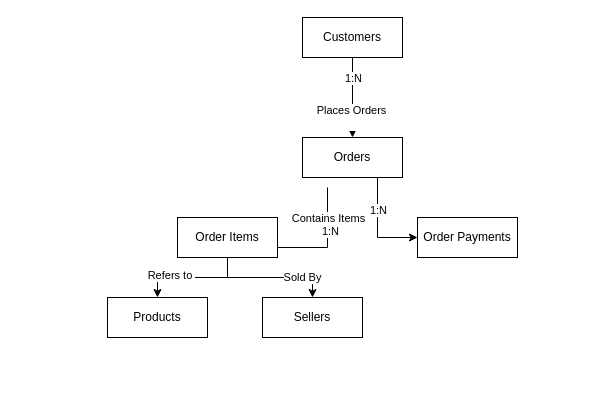
Above: docs/diagrams/conceptual-erd.drawio in neeleshksingh/Ecommerce-Sales-Analytics (draw.io), before the change. Source tidied: cells renumbered, new cells numbered last; positions are measured from the earlier drawing's top-left corner, leaving out a move shared by most shapes. Both pictures are drawn from the tidied source at 100%, with x=0, y=0 at pixel (107, 17).
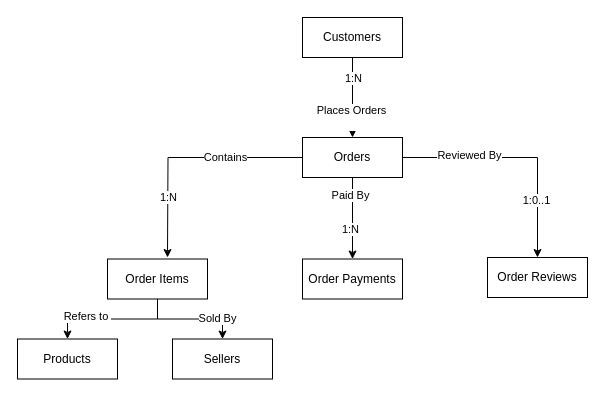
The same diagram, later.

Commit message (it also covers changes not shown here):
Document order reviews in data model

Unchanged cells that the change refers to:
```xml
<mxCell id="11" value="Orders" style="whiteSpace=wrap;html=1;align=center;" parent="1" vertex="1">
  <mxGeometry x="195" y="120" width="100" height="40" as="geometry" />
</mxCell>
```

Diff of the diagram source:
```diff
@@
-    <mxCell id="6" style="edgeStyle=orthogonalEdgeStyle;rounded=0;orthogonalLoop=1;jettySize=auto;html=1;" parent="1" edge="1">
-      <mxGeometry relative="1" as="geometry">
-        <mxPoint x="220" y="170" as="sourcePoint" />
-        <mxPoint x="160" y="230" as="targetPoint" />
-        <Array as="points">
-          <mxPoint x="220" y="230" />
-        </Array>
-      </mxGeometry>
-    </mxCell>
-    <mxCell id="7" value="1:N" style="edgeLabel;html=1;align=center;verticalAlign=middle;" parent="6" vertex="1">
-      <mxGeometry x="-0.28" y="2" relative="1" as="geometry" />
-    </mxCell>
-    <mxCell id="8" value="Contains Items" style="edgeLabel;html=1;align=center;verticalAlign=middle;" parent="6" vertex="1">
-      <mxGeometry x="0.38" y="-3" relative="1" as="geometry">
-        <mxPoint x="23" y="-27" as="offset" />
-      </mxGeometry>
-    </mxCell>
+    <mxCell id="20" style="edgeStyle=orthogonalEdgeStyle;rounded=0;jettySize=auto;html=1;exitX=0;exitY=0.5;exitDx=0;exitDy=0;" parent="1" edge="1" source="11">
+      <mxGeometry relative="1" as="geometry">
+        <mxPoint x="60" y="240" as="targetPoint" />
+      </mxGeometry>
+    </mxCell>
+    <mxCell id="21" value="Contains" style="edgeLabel;html=1;align=center;verticalAlign=middle;" parent="20" vertex="1">
+      <mxGeometry x="-0.17" y="-2" relative="1" as="geometry">
+        <mxPoint x="19" y="1" as="offset" />
+      </mxGeometry>
+    </mxCell>
+    <mxCell id="22" value="1:N" style="edgeLabel;html=1;align=center;verticalAlign=middle;" parent="20" vertex="1">
+      <mxGeometry x="0.18" y="3" relative="1" as="geometry">
+        <mxPoint x="-3" y="36" as="offset" />
+      </mxGeometry>
+    </mxCell>
-    <mxCell id="9" style="edgeStyle=orthogonalEdgeStyle;rounded=0;jettySize=auto;html=1;exitX=0.75;exitY=1;exitDx=0;exitDy=0;entryX=0;entryY=0.5;entryDx=0;entryDy=0;" parent="1" edge="1" source="11" target="19">
+    <mxCell id="9" style="edgeStyle=orthogonalEdgeStyle;rounded=0;jettySize=auto;html=1;exitX=0.5;exitY=1;exitDx=0;exitDy=0;entryX=0.5;entryY=0;entryDx=0;entryDy=0;" parent="1" edge="1" source="11" target="19">
       <mxGeometry relative="1" as="geometry" />
     </mxCell>
-    <mxCell id="10" value="1:N" style="edgeLabel;html=1;align=center;verticalAlign=middle;" parent="9" vertex="1">
-      <mxGeometry x="-0.37" relative="1" as="geometry" />
-    </mxCell>
+    <mxCell id="23" value="Paid By" style="edgeLabel;html=1;align=center;verticalAlign=middle;" parent="9" vertex="1">
+      <mxGeometry x="-0.58" y="-3" relative="1" as="geometry" />
+    </mxCell>
+    <mxCell id="24" value="1:N" style="edgeLabel;html=1;align=center;verticalAlign=middle;" parent="9" vertex="1">
+      <mxGeometry x="0.25" y="-3" relative="1" as="geometry" />
+    </mxCell>
+    <mxCell id="25" style="edgeStyle=orthogonalEdgeStyle;rounded=0;jettySize=auto;html=1;exitX=1;exitY=0.5;exitDx=0;exitDy=0;" parent="1" edge="1" source="11" target="28">
+      <mxGeometry relative="1" as="geometry" />
+    </mxCell>
+    <mxCell id="26" value="Reviewed By" style="edgeLabel;html=1;align=center;verticalAlign=middle;" parent="25" vertex="1">
+      <mxGeometry x="-0.6" y="3" relative="1" as="geometry">
+        <mxPoint x="19" as="offset" />
+      </mxGeometry>
+    </mxCell>
+    <mxCell id="27" value="1:0..1" style="edgeLabel;html=1;align=center;verticalAlign=middle;" parent="25" vertex="1">
+      <mxGeometry x="0.51" y="-2" relative="1" as="geometry" />
+    </mxCell>
@@
     <mxCell id="16" value="Order Items" style="whiteSpace=wrap;html=1;align=center;" parent="1" vertex="1">
-      <mxGeometry x="70" y="200" width="100" height="40" as="geometry" />
+      <mxGeometry y="241.5" width="100" height="40" as="geometry" />
     </mxCell>
     <mxCell id="17" value="Products" style="whiteSpace=wrap;html=1;align=center;" parent="1" vertex="1">
-      <mxGeometry y="280" width="100" height="40" as="geometry" />
+      <mxGeometry x="-90" y="321.5" width="100" height="40" as="geometry" />
     </mxCell>
     <mxCell id="18" value="Sellers" style="whiteSpace=wrap;html=1;align=center;" parent="1" vertex="1">
-      <mxGeometry x="155" y="280" width="100" height="40" as="geometry" />
+      <mxGeometry x="65" y="321.5" width="100" height="40" as="geometry" />
     </mxCell>
     <mxCell id="19" value="Order Payments" style="whiteSpace=wrap;html=1;align=center;" parent="1" vertex="1">
-      <mxGeometry x="310" y="200" width="100" height="40" as="geometry" />
+      <mxGeometry x="195" y="241.5" width="100" height="40" as="geometry" />
     </mxCell>
+    <mxCell id="28" value="Order Reviews" style="whiteSpace=wrap;html=1;align=center;" parent="1" vertex="1">
+      <mxGeometry x="380" y="240" width="100" height="40" as="geometry" />
+    </mxCell>
```
